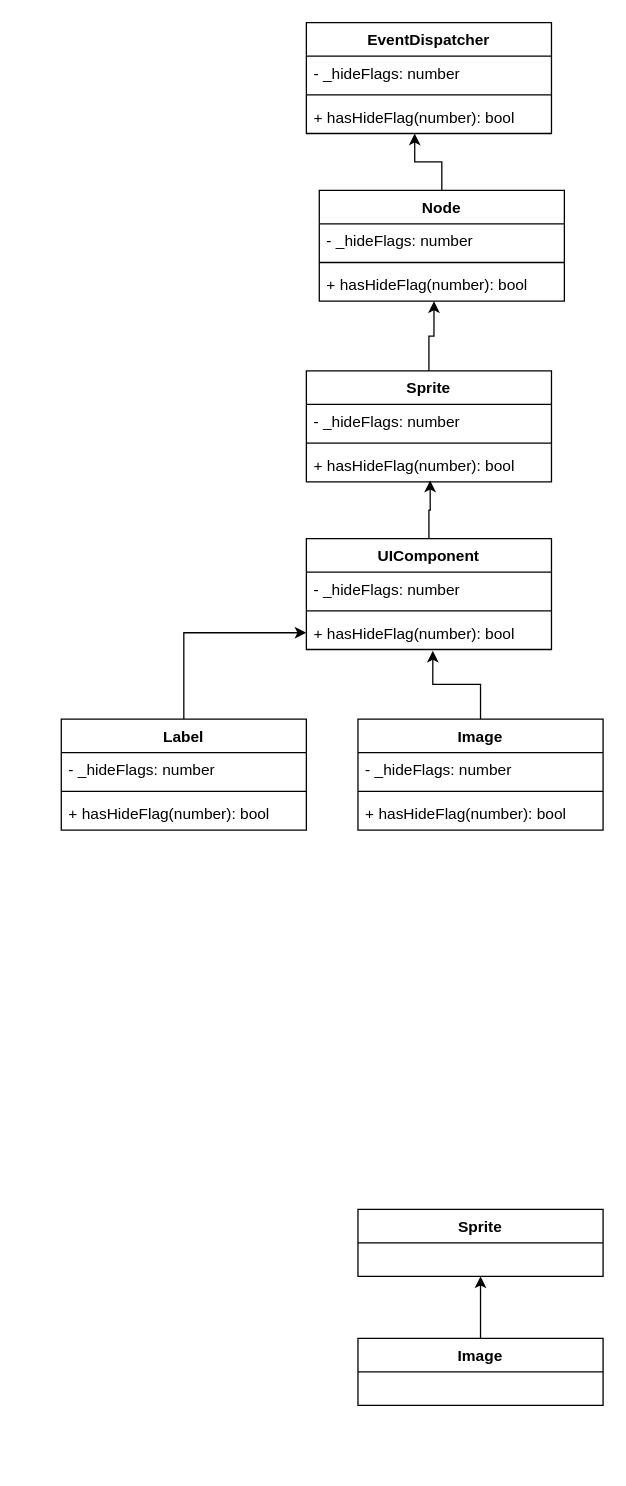
Above: 未命名绘图.drawio in nikeoboy/H5 (draw.io), before the change. Source tidied: cells renumbered, new cells numbered last; positions are measured from the earlier drawing's top-left corner, leaving out a move shared by most shapes. Both pictures are drawn from the tidied source at 129%, with x=0, y=0 at pixel (61, 22).
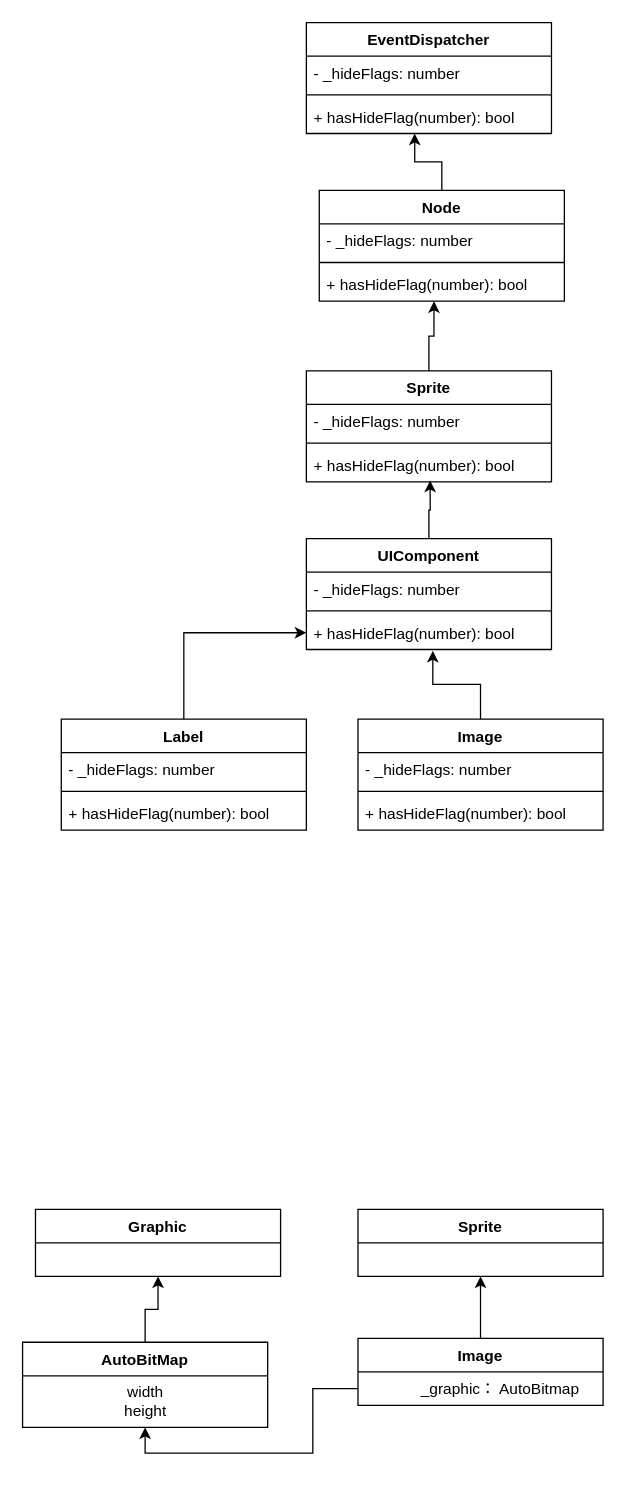
The same diagram, later.

Commit message (it also covers changes not shown here):
更新未命名绘图.drawio

Unchanged cells that the change refers to:
```xml
<mxCell id="32" value="Image" style="swimlane;fontStyle=1;align=center;verticalAlign=top;horizontal=1;startSize=26;" parent="1" vertex="1">
  <mxGeometry x="230" y="1020" width="190" height="52" as="geometry" />
</mxCell>
```

Diff of the diagram source:
```diff
@@
+    <mxCell id="34" style="edgeStyle=orthogonalEdgeStyle;rounded=0;jettySize=auto;html=1;exitX=0;exitY=0.75;exitDx=0;exitDy=0;entryX=0.5;entryY=1;entryDx=0;entryDy=0;" parent="1" edge="1" source="32" target="37">
+      <mxGeometry relative="1" as="geometry" />
+    </mxCell>
@@
+    <mxCell id="35" value="_graphic： AutoBitmap" style="text;html=1;align=center;verticalAlign=middle;strokeColor=none;fillColor=none;" parent="1" vertex="1">
+      <mxGeometry x="265" y="1045" width="150" height="30" as="geometry" />
+    </mxCell>
+    <mxCell id="36" style="edgeStyle=orthogonalEdgeStyle;rounded=0;jettySize=auto;html=1;exitX=0.5;exitY=0;exitDx=0;exitDy=0;entryX=0.5;entryY=1;entryDx=0;entryDy=0;" parent="1" edge="1" source="37" target="39">
+      <mxGeometry relative="1" as="geometry" />
+    </mxCell>
+    <mxCell id="37" value="AutoBitMap" style="swimlane;fontStyle=1;align=center;verticalAlign=top;horizontal=1;startSize=26;" parent="1" vertex="1">
+      <mxGeometry x="-30" y="1023" width="190" height="66" as="geometry" />
+    </mxCell>
+    <mxCell id="38" value="width&lt;br&gt;height" style="text;html=1;align=center;verticalAlign=middle;strokeColor=none;fillColor=none;" parent="37" vertex="1">
+      <mxGeometry y="26" width="190" height="40" as="geometry" />
+    </mxCell>
+    <mxCell id="39" value="Graphic" style="swimlane;fontStyle=1;align=center;verticalAlign=top;horizontal=1;startSize=26;" parent="1" vertex="1">
+      <mxGeometry x="-20" y="920" width="190" height="52" as="geometry" />
+    </mxCell>
```
